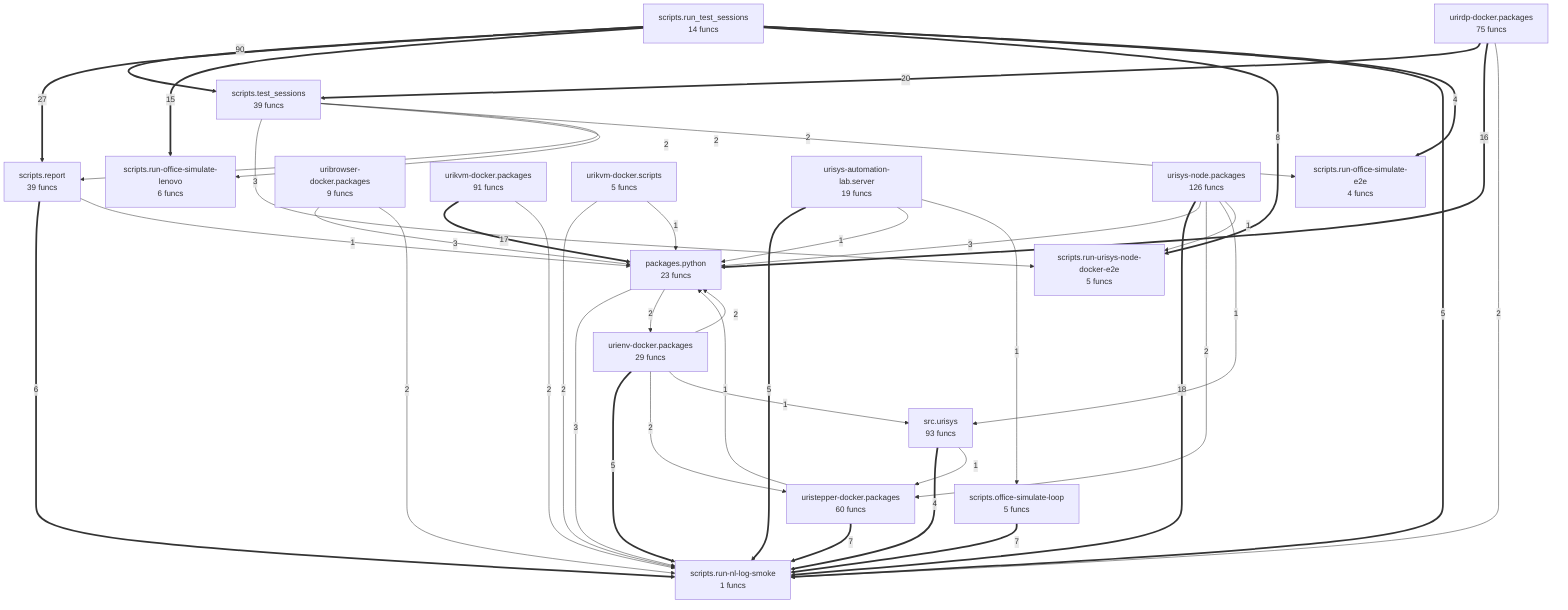
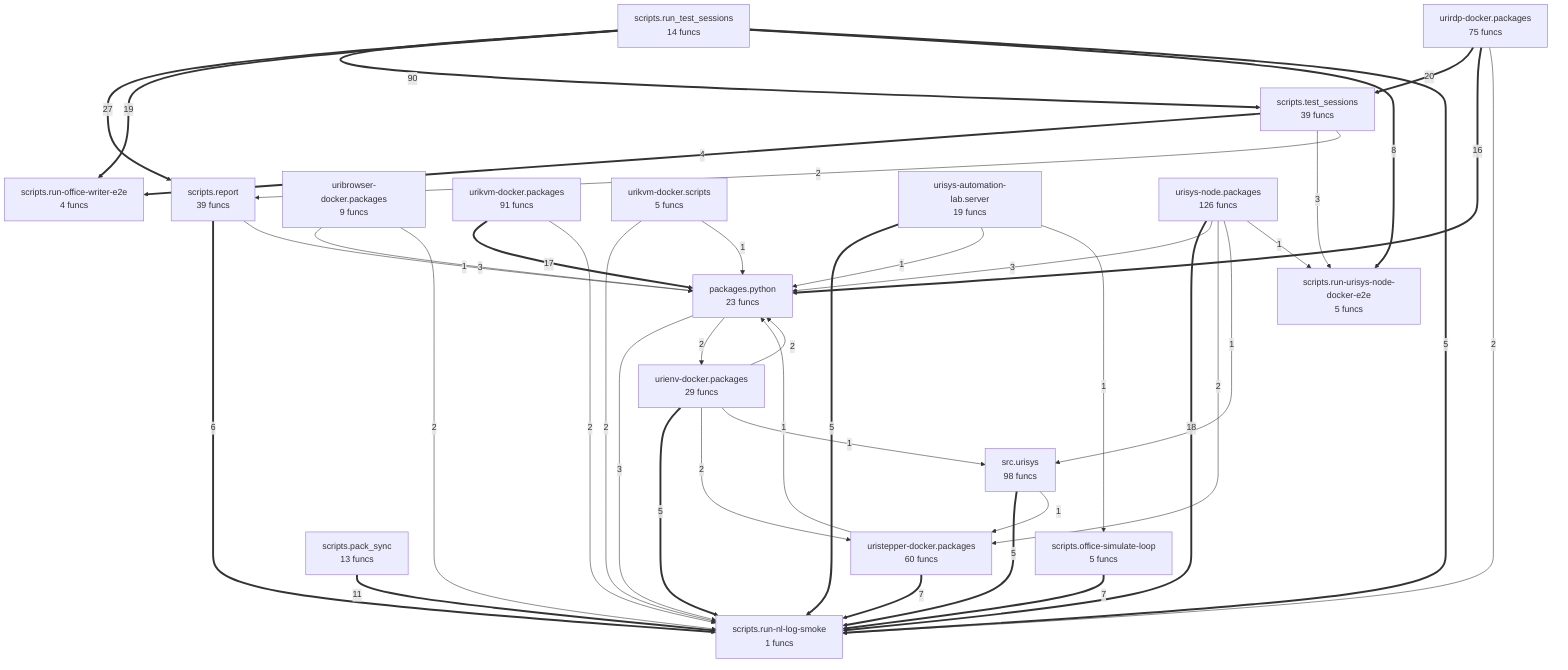
flowchart TD
%% generated in 0.02s
    packages__python["packages.python<br/>23 funcs"]
    scripts__office_simulate_loop["scripts.office-simulate-loop<br/>5 funcs"]
+     scripts__pack_sync["scripts.pack_sync<br/>13 funcs"]
    scripts__report["scripts.report<br/>39 funcs"]
    scripts__run_nl_log_smoke["scripts.run-nl-log-smoke<br/>1 funcs"]
-     scripts__run_office_simulate_e2e["scripts.run-office-simulate-e2e<br/>4 funcs"]
-     scripts__run_office_simulate_lenovo["scripts.run-office-simulate-lenovo<br/>6 funcs"]
+     scripts__run_office_writer_e2e["scripts.run-office-writer-e2e<br/>4 funcs"]
    scripts__run_urisys_node_docker_e2e["scripts.run-urisys-node-docker-e2e<br/>5 funcs"]
    scripts__run_test_sessions["scripts.run_test_sessions<br/>14 funcs"]
    scripts__test_sessions["scripts.test_sessions<br/>39 funcs"]
-     src__urisys["src.urisys<br/>93 funcs"]
+     src__urisys["src.urisys<br/>98 funcs"]
    uribrowser_docker__packages["uribrowser-docker.packages<br/>9 funcs"]
    urienv_docker__packages["urienv-docker.packages<br/>29 funcs"]
    urikvm_docker__packages["urikvm-docker.packages<br/>91 funcs"]
    urikvm_docker__scripts["urikvm-docker.scripts<br/>5 funcs"]
    urirdp_docker__packages["urirdp-docker.packages<br/>75 funcs"]
    uristepper_docker__packages["uristepper-docker.packages<br/>60 funcs"]
    urisys_automation_lab__server["urisys-automation-lab.server<br/>19 funcs"]
    urisys_node__packages["urisys-node.packages<br/>126 funcs"]
    scripts__run_test_sessions ==>|90| scripts__test_sessions
    scripts__run_test_sessions ==>|27| scripts__report
    urirdp_docker__packages ==>|20| scripts__test_sessions
+     scripts__run_test_sessions ==>|19| scripts__run_office_writer_e2e
    urisys_node__packages ==>|18| scripts__run_nl_log_smoke
    urikvm_docker__packages ==>|17| packages__python
    urirdp_docker__packages ==>|16| packages__python
-     scripts__run_test_sessions ==>|15| scripts__run_office_simulate_lenovo
+     scripts__pack_sync ==>|11| scripts__run_nl_log_smoke
    scripts__run_test_sessions ==>|8| scripts__run_urisys_node_docker_e2e
    uristepper_docker__packages ==>|7| scripts__run_nl_log_smoke
    scripts__office_simulate_loop ==>|7| scripts__run_nl_log_smoke
    scripts__report ==>|6| scripts__run_nl_log_smoke
+     src__urisys ==>|5| scripts__run_nl_log_smoke
+     scripts__run_test_sessions ==>|5| scripts__run_nl_log_smoke
    urisys_automation_lab__server ==>|5| scripts__run_nl_log_smoke
    urienv_docker__packages ==>|5| scripts__run_nl_log_smoke
-     scripts__run_test_sessions ==>|5| scripts__run_nl_log_smoke
-     src__urisys ==>|4| scripts__run_nl_log_smoke
-     scripts__run_test_sessions ==>|4| scripts__run_office_simulate_e2e
+     scripts__test_sessions ==>|4| scripts__run_office_writer_e2e
    packages__python -->|3| scripts__run_nl_log_smoke
    scripts__test_sessions -->|3| scripts__run_urisys_node_docker_e2e
    uribrowser_docker__packages -->|3| packages__python
    urisys_node__packages -->|3| packages__python
    packages__python -->|2| urienv_docker__packages
-     scripts__test_sessions -->|2| scripts__run_office_simulate_lenovo
    scripts__test_sessions -->|2| scripts__report
-     scripts__test_sessions -->|2| scripts__run_office_simulate_e2e
    urirdp_docker__packages -->|2| scripts__run_nl_log_smoke
    uribrowser_docker__packages -->|2| scripts__run_nl_log_smoke
    urikvm_docker__packages -->|2| scripts__run_nl_log_smoke
    urikvm_docker__scripts -->|2| scripts__run_nl_log_smoke
    urienv_docker__packages -->|2| uristepper_docker__packages
    urienv_docker__packages -->|2| packages__python
    urisys_node__packages -->|2| uristepper_docker__packages
-     src__urisys -->|1| uristepper_docker__packages
    uristepper_docker__packages -->|1| packages__python
    scripts__report -->|1| packages__python
    urikvm_docker__scripts -->|1| packages__python
    urisys_automation_lab__server -->|1| packages__python
    urisys_automation_lab__server -->|1| scripts__office_simulate_loop
    urienv_docker__packages -->|1| src__urisys
    urisys_node__packages -->|1| src__urisys
    urisys_node__packages -->|1| scripts__run_urisys_node_docker_e2e
+     src__urisys -->|1| uristepper_docker__packages
